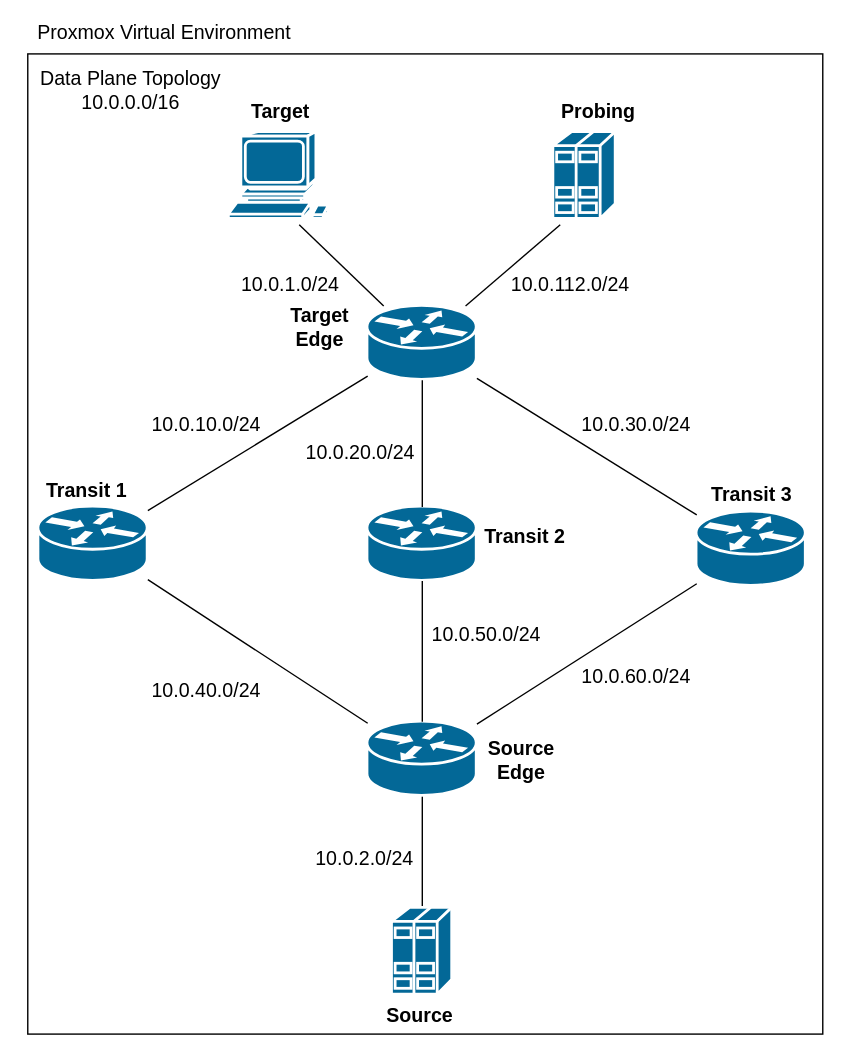
Above: architecture/data_plane.svg in SchneiderValentin/self-healing-network (draw.io), before the change. Source tidied: cells renumbered, new cells last; positions are measured from the earlier drawing's top-left corner, leaving out a move shared by most shapes.
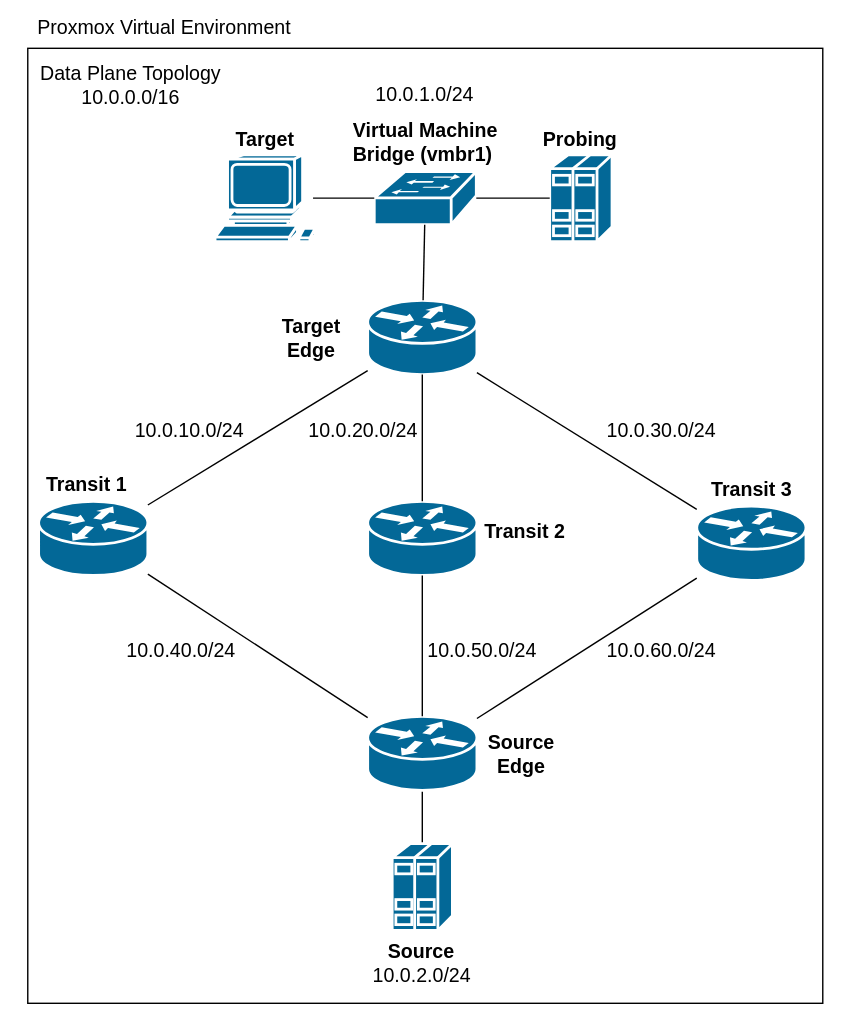
After the change.

Commit message:
Replace 10.0.112.0/24 segment with shared 10.0.1.0/24 subnet

Diff of the diagram source:
```diff
@@ -3,13 +3,11 @@
     <mxCell id="0" />
     <mxCell id="1" parent="0" />
     <mxCell id="2" style="rounded=0;whiteSpace=wrap;html=1;opacity=0;" parent="1" vertex="1">
-      <mxGeometry x="-0.2" width="602.5" height="756" as="geometry" />
+      <mxGeometry x="-0.2" y="4" width="602.5" height="736" as="geometry" />
     </mxCell>
-    <mxCell id="3" style="endArrow=none;html=1;rounded=0;" parent="1" edge="1" source="14">
-      <mxGeometry relative="1" as="geometry">
-        <mxPoint x="213.1" y="160" as="targetPoint" />
-      </mxGeometry>
-    </mxCell>
+    <mxCell id="9" style="rounded=0;whiteSpace=wrap;html=1;fillColor=none;" parent="1" vertex="1">
+      <mxGeometry x="19.2" y="38" width="567.8" height="682" as="geometry" />
+    </mxCell>
     <mxCell id="4" style="endArrow=none;html=1;rounded=0;" parent="1" edge="1" source="11">
       <mxGeometry relative="1" as="geometry">
         <mxPoint x="262" y="268.1" as="targetPoint" />
@@ -29,9 +27,6 @@
     <mxCell id="8" style="endArrow=none;html=1;rounded=0;" parent="1" edge="1" source="32" target="19">
       <mxGeometry relative="1" as="geometry" />
     </mxCell>
-    <mxCell id="9" style="rounded=0;whiteSpace=wrap;html=1;fillColor=none;" parent="1" vertex="1">
-      <mxGeometry x="19.2" y="38" width="567.8" height="700" as="geometry" />
-    </mxCell>
     <mxCell id="10" value="Proxmox Virtual Environment" style="text;html=1;whiteSpace=wrap;strokeColor=none;fillColor=none;align=center;verticalAlign=middle;rounded=0;fontSize=14;" parent="1" vertex="1">
       <mxGeometry x="17" y="8" width="200" height="30" as="geometry" />
     </mxCell>
@@ -51,7 +46,7 @@
       <mxGeometry x="27" y="335" width="69" height="30" as="geometry" />
     </mxCell>
     <mxCell id="16" value="Target Edge" style="text;html=1;whiteSpace=wrap;strokeColor=none;fillColor=none;align=center;verticalAlign=middle;rounded=0;fontSize=14;fontStyle=1;" parent="1" vertex="1">
-      <mxGeometry x="197" y="218" width="61.5" height="30" as="geometry" />
+      <mxGeometry x="191" y="229.5" width="61.5" height="30" as="geometry" />
     </mxCell>
     <mxCell id="17" value="&lt;b&gt;Transit 2&lt;/b&gt;" style="text;html=1;whiteSpace=wrap;strokeColor=none;fillColor=none;align=center;verticalAlign=middle;rounded=0;fontSize=14;" parent="1" vertex="1">
       <mxGeometry x="340" y="368" width="69" height="30" as="geometry" />
@@ -60,42 +55,37 @@
       <mxGeometry x="340" y="526.5" width="64" height="30" as="geometry" />
     </mxCell>
     <mxCell id="19" style="strokeColor=#ffffff;sketch=0;html=1;dashed=0;fillColor=#036897;strokeWidth=2;verticalLabelPosition=bottom;verticalAlign=top;align=center;outlineConnect=0;shape=mxgraph.cisco.servers.standard_host;" parent="1" vertex="1">
-      <mxGeometry x="279.5" y="648" width="43" height="62" as="geometry" />
+      <mxGeometry x="279.5" y="606" width="43" height="62" as="geometry" />
     </mxCell>
     <mxCell id="20" style="sketch=0;html=1;dashed=0;fillColor=#036897;strokeColor=#ffffff;strokeWidth=2;verticalLabelPosition=bottom;verticalAlign=top;align=center;outlineConnect=0;shape=mxgraph.cisco.computers_and_peripherals.workstation;" parent="1" vertex="1">
-      <mxGeometry x="163" y="94" width="83" height="62" as="geometry" />
+      <mxGeometry x="153" y="114" width="83" height="62" as="geometry" />
     </mxCell>
     <mxCell id="21" value="Target" style="text;html=1;whiteSpace=wrap;strokeColor=none;fillColor=none;align=center;verticalAlign=middle;rounded=0;fontStyle=1;fontSize=14;" parent="1" vertex="1">
-      <mxGeometry x="169.5" y="64" width="60" height="30" as="geometry" />
+      <mxGeometry x="159" y="88" width="60" height="30" as="geometry" />
     </mxCell>
     <mxCell id="22" value="Source" style="text;html=1;whiteSpace=wrap;strokeColor=none;fillColor=none;align=center;verticalAlign=middle;rounded=0;fontSize=14;fontStyle=1;" parent="1" vertex="1">
-      <mxGeometry x="262" y="710" width="75" height="30" as="geometry" />
+      <mxGeometry x="263" y="668" width="75" height="30" as="geometry" />
     </mxCell>
     <mxCell id="23" value="&lt;div&gt;&lt;span&gt;Data Plane Topology&lt;/span&gt;&lt;br&gt;&lt;span&gt;10.0.0.0/16&lt;/span&gt;&lt;/div&gt;&lt;div&gt;&lt;br&gt;&lt;/div&gt;" style="text;html=1;whiteSpace=wrap;strokeColor=none;fillColor=none;align=center;verticalAlign=middle;rounded=0;fontSize=14;" parent="1" vertex="1">
       <mxGeometry x="23" y="58" width="140" height="30" as="geometry" />
     </mxCell>
     <mxCell id="24" value="10.0.10.0/24" style="text;html=1;whiteSpace=wrap;strokeColor=none;fillColor=none;align=center;verticalAlign=middle;rounded=0;fontSize=14;" parent="1" vertex="1">
-      <mxGeometry x="117" y="288" width="60" height="30" as="geometry" />
+      <mxGeometry x="105" y="296" width="60" height="30" as="geometry" />
     </mxCell>
     <mxCell id="25" value="10.0.20.0/24" style="text;html=1;whiteSpace=wrap;strokeColor=none;fillColor=none;align=center;verticalAlign=middle;rounded=0;fontSize=14;" parent="1" vertex="1">
-      <mxGeometry x="227" y="308" width="60" height="30" as="geometry" />
+      <mxGeometry x="229.5" y="296" width="60" height="30" as="geometry" />
     </mxCell>
     <mxCell id="26" value="10.0.40.0/24" style="text;html=1;whiteSpace=wrap;strokeColor=none;fillColor=none;align=center;verticalAlign=middle;rounded=0;fontSize=14;" parent="1" vertex="1">
-      <mxGeometry x="117" y="478" width="60" height="30" as="geometry" />
+      <mxGeometry x="99" y="453" width="60" height="30" as="geometry" />
     </mxCell>
     <mxCell id="27" value="10.0.2.0/24" style="text;html=1;whiteSpace=wrap;strokeColor=none;fillColor=none;align=center;verticalAlign=middle;rounded=0;fontSize=14;" parent="1" vertex="1">
-      <mxGeometry x="229.5" y="598" width="60" height="30" as="geometry" />
+      <mxGeometry x="271" y="685" width="60" height="30" as="geometry" />
     </mxCell>
-    <mxCell id="28" style="endArrow=none;html=1;rounded=0;" parent="1" edge="1" source="14">
-      <mxGeometry relative="1" as="geometry">
-        <mxPoint x="399.5" y="160" as="targetPoint" />
-      </mxGeometry>
-    </mxCell>
     <mxCell id="29" style="strokeColor=#ffffff;sketch=0;html=1;dashed=0;fillColor=#036897;strokeWidth=2;verticalLabelPosition=bottom;verticalAlign=top;align=center;outlineConnect=0;shape=mxgraph.cisco.servers.standard_host;" parent="1" vertex="1">
-      <mxGeometry x="394.8" y="94" width="44.5" height="62" as="geometry" />
+      <mxGeometry x="392" y="114" width="44.5" height="62" as="geometry" />
     </mxCell>
     <mxCell id="30" value="Probing" style="text;html=1;whiteSpace=wrap;strokeColor=none;fillColor=none;align=center;verticalAlign=middle;rounded=0;fontStyle=1;fontSize=14;" parent="1" vertex="1">
-      <mxGeometry x="377" y="64" width="100" height="30" as="geometry" />
+      <mxGeometry x="364.2" y="88" width="100" height="30" as="geometry" />
     </mxCell>
     <mxCell id="31" style="endArrow=none;html=1;rounded=0;" parent="1" edge="1" source="13" target="14">
       <mxGeometry relative="1" as="geometry" />
@@ -104,25 +94,37 @@
       <mxGeometry x="262" y="515" width="78" height="53" as="geometry" />
     </mxCell>
     <mxCell id="33" value="10.0.30.0/24" style="text;html=1;whiteSpace=wrap;strokeColor=none;fillColor=none;align=center;verticalAlign=middle;rounded=0;fontSize=14;" parent="1" vertex="1">
-      <mxGeometry x="439.2" y="288" width="30" height="30" as="geometry" />
+      <mxGeometry x="456.5" y="296" width="30" height="30" as="geometry" />
     </mxCell>
     <mxCell id="34" style="endArrow=none;html=1;rounded=0;" parent="1" edge="1" source="32" target="13">
       <mxGeometry relative="1" as="geometry" />
     </mxCell>
     <mxCell id="35" value="10.0.50.0/24" style="text;html=1;whiteSpace=wrap;strokeColor=none;fillColor=none;align=center;verticalAlign=middle;rounded=0;fontSize=14;" parent="1" vertex="1">
-      <mxGeometry x="317" y="438" width="60" height="30" as="geometry" />
+      <mxGeometry x="313.6" y="453" width="60" height="30" as="geometry" />
     </mxCell>
     <mxCell id="36" value="&lt;div&gt;10.0.60.0/24&lt;/div&gt;" style="text;html=1;whiteSpace=wrap;strokeColor=none;fillColor=none;align=center;verticalAlign=middle;rounded=0;fontSize=14;" parent="1" vertex="1">
-      <mxGeometry x="424.2" y="468" width="60" height="30" as="geometry" />
+      <mxGeometry x="441.5" y="453" width="60" height="30" as="geometry" />
     </mxCell>
     <mxCell id="37" value="&lt;b&gt;Transit 3&lt;/b&gt;" style="text;html=1;whiteSpace=wrap;strokeColor=none;fillColor=none;align=center;verticalAlign=middle;rounded=0;fontSize=14;" parent="1" vertex="1">
       <mxGeometry x="501.5" y="338" width="69" height="30" as="geometry" />
     </mxCell>
     <mxCell id="38" value="10.0.1.0/24" style="text;html=1;whiteSpace=wrap;strokeColor=none;fillColor=none;align=center;verticalAlign=middle;rounded=0;fontSize=14;" parent="1" vertex="1">
-      <mxGeometry x="177" y="188" width="60" height="30" as="geometry" />
+      <mxGeometry x="273.1" y="56" width="60" height="30" as="geometry" />
     </mxCell>
-    <mxCell id="39" value="10.0.112.0/24" style="text;html=1;whiteSpace=wrap;strokeColor=none;fillColor=none;align=center;verticalAlign=middle;rounded=0;fontSize=14;" parent="1" vertex="1">
-      <mxGeometry x="377" y="188" width="60" height="30" as="geometry" />
-    </mxCell>
+    <mxCell id="40" style="strokeColor=#ffffff;sketch=0;html=1;dashed=0;fillColor=#036897;strokeWidth=2;verticalLabelPosition=bottom;verticalAlign=top;align=center;outlineConnect=0;shape=mxgraph.cisco.switches.workgroup_switch;" parent="1" vertex="1">
+      <mxGeometry x="266.7" y="126" width="72.9" height="38" as="geometry" />
+    </mxCell>
+    <mxCell id="41" style="endArrow=none;html=1;rounded=0;" parent="1" edge="1" source="14" target="40">
+      <mxGeometry relative="1" as="geometry" />
+    </mxCell>
+    <mxCell id="42" style="endArrow=none;html=1;rounded=0;" parent="1" edge="1" source="40" target="29">
+      <mxGeometry relative="1" as="geometry" />
+    </mxCell>
+    <mxCell id="43" style="endArrow=none;html=1;rounded=0;exitX=0.843;exitY=0.5;exitDx=0;exitDy=0;exitPerimeter=0;" parent="1" edge="1" source="20" target="40">
+      <mxGeometry relative="1" as="geometry" />
+    </mxCell>
+    <mxCell id="44" value="Virtual Machine Bridge (vmbr1)&amp;nbsp;" style="text;html=1;whiteSpace=wrap;strokeColor=none;fillColor=none;align=center;verticalAlign=middle;rounded=0;fontStyle=1;fontSize=14;" parent="1" vertex="1">
+      <mxGeometry x="232.6" y="88" width="141" height="34" as="geometry" />
+    </mxCell>
   </root>
 </mxGraphModel>
```
